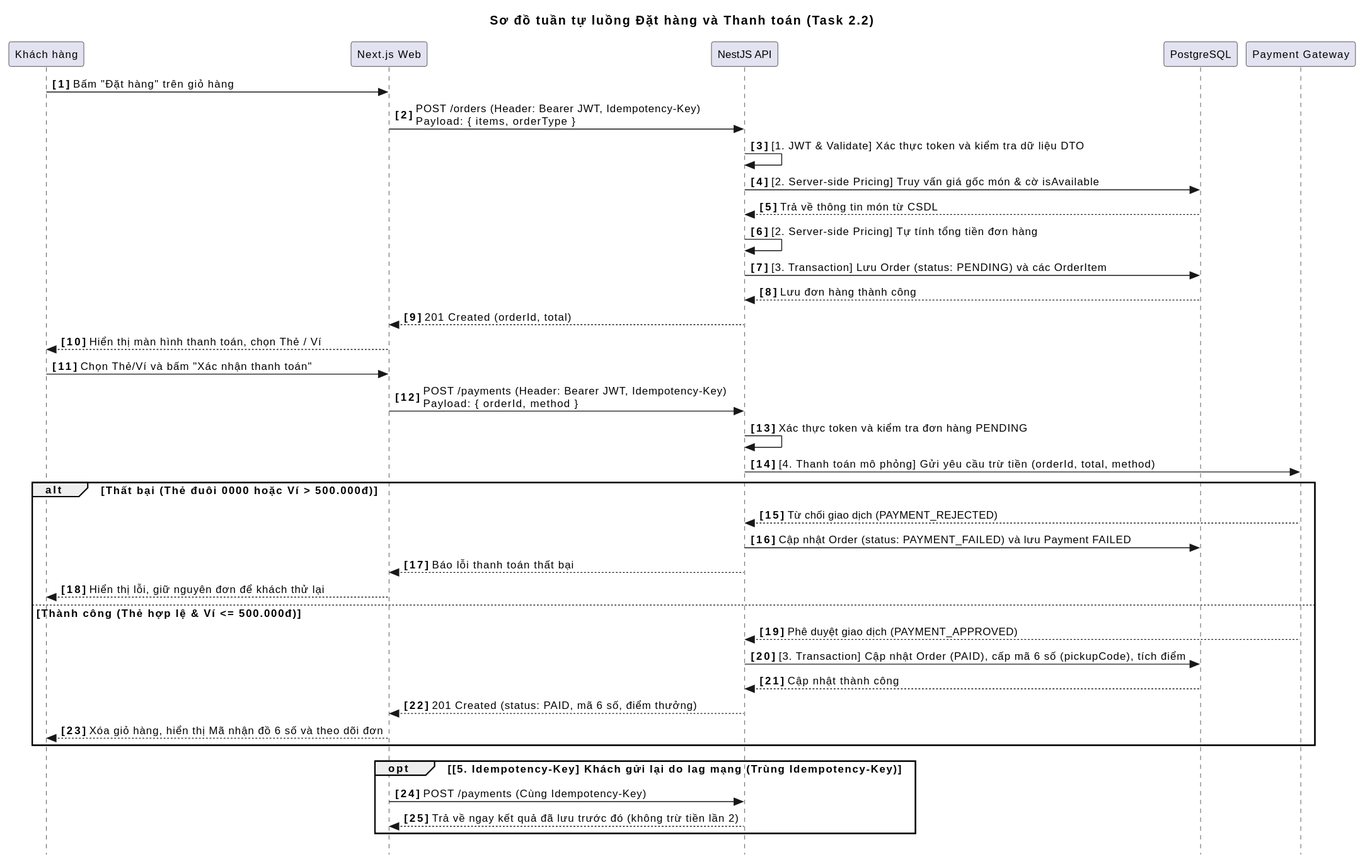
The PlantUML diagram docs/diagrams/sequence-checkout.svg in Longcodepro/Project_SE_Assignment02_HK1_2026_2027, before a commit.
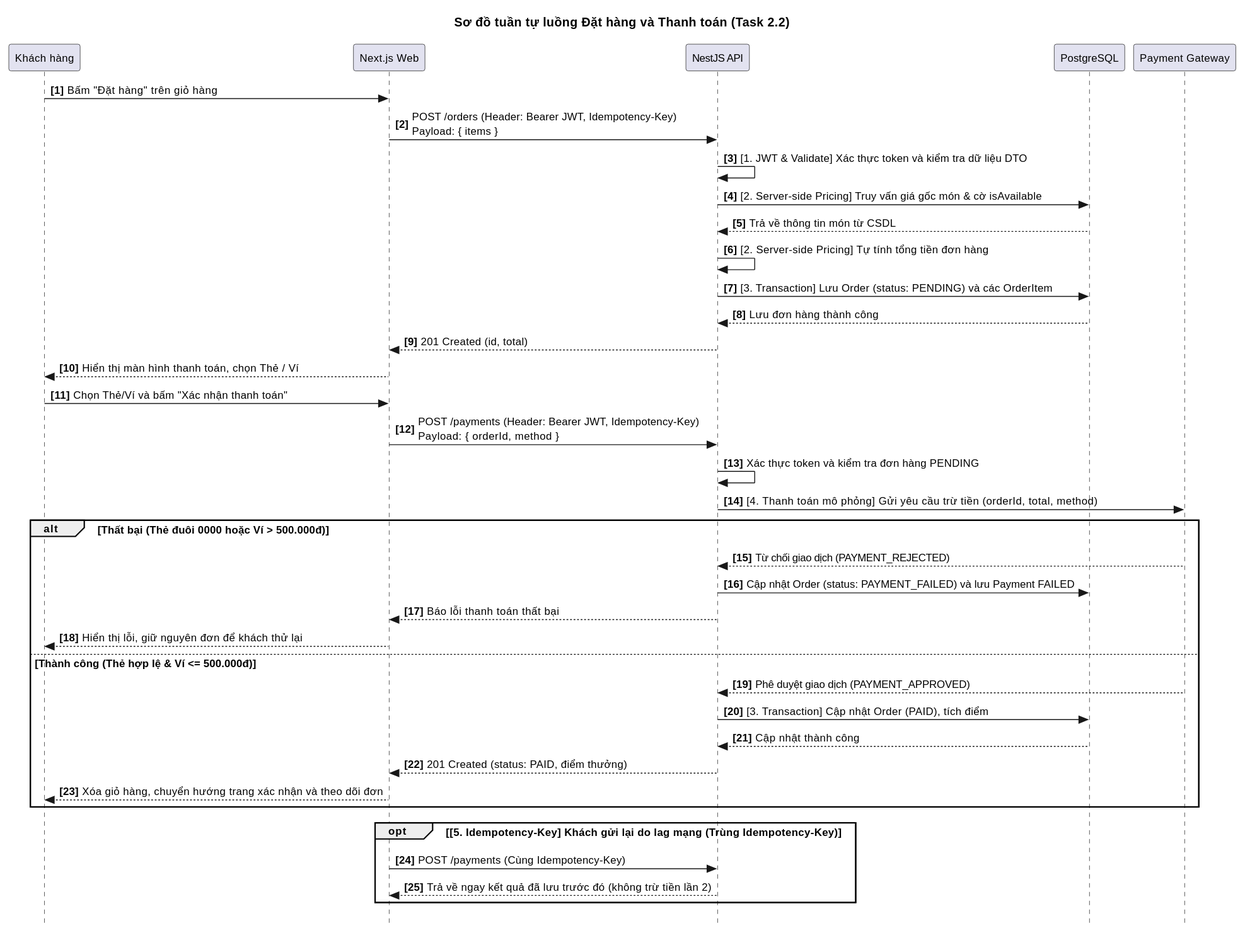
After the change.

Commit message:
docs(task-2.2): bỏ orderType và pickupCode bịa đặt khỏi sequence diagram

Sơ đồ kế thừa 2 lỗi từ use-case-checkout.md: trường orderType
(Mang về/Tại quán) không tồn tại trong cac-chuc-nang-thong-nhat.md,
và pickupCode bị sinh sai lúc PAID trong khi thực ra chỉ có ở
Sprint 3 Planned (lúc đơn chuyển READY). Sửa cả .puml, .md mô tả và
xuất lại .svg theo đúng quy tắc, cùng sửa orderId -> id cho khớp
requirements-api.md.

Diff of the diagram source:
```diff
@@ -15,7 +15,7 @@
 autonumber 1 "<b>[0]</b>"
 
 Customer -> Web : Bấm "Đặt hàng" trên giỏ hàng
-Web -> API : POST /orders (Header: Bearer JWT, Idempotency-Key)\nPayload: { items, orderType }
+Web -> API : POST /orders (Header: Bearer JWT, Idempotency-Key)\nPayload: { items }
 
 API -> API : [1. JWT & Validate] Xác thực token và kiểm tra dữ liệu DTO
 API -> DB : [2. Server-side Pricing] Truy vấn giá gốc món & cờ isAvailable
@@ -25,7 +25,7 @@
 API -> DB : [3. Transaction] Lưu Order (status: PENDING) và các OrderItem
 DB --> API : Lưu đơn hàng thành công
 
-API --> Web : 201 Created (orderId, total)
+API --> Web : 201 Created (id, total)
 Web --> Customer : Hiển thị màn hình thanh toán, chọn Thẻ / Ví
 
 Customer -> Web : Chọn Thẻ/Ví và bấm "Xác nhận thanh toán"
@@ -41,10 +41,10 @@
     Web --> Customer : Hiển thị lỗi, giữ nguyên đơn để khách thử lại
 else Thành công (Thẻ hợp lệ & Ví <= 500.000đ)
     PG --> API : Phê duyệt giao dịch (PAYMENT_APPROVED)
-    API -> DB : [3. Transaction] Cập nhật Order (PAID), cấp mã 6 số (pickupCode), tích điểm
+    API -> DB : [3. Transaction] Cập nhật Order (PAID), tích điểm
     DB --> API : Cập nhật thành công
-    API --> Web : 201 Created (status: PAID, mã 6 số, điểm thưởng)
-    Web --> Customer : Xóa giỏ hàng, hiển thị Mã nhận đồ 6 số và theo dõi đơn
+    API --> Web : 201 Created (status: PAID, điểm thưởng)
+    Web --> Customer : Xóa giỏ hàng, chuyển hướng trang xác nhận và theo dõi đơn
 end
 
 opt [5. Idempotency-Key] Khách gửi lại do lag mạng (Trùng Idempotency-Key)
```
